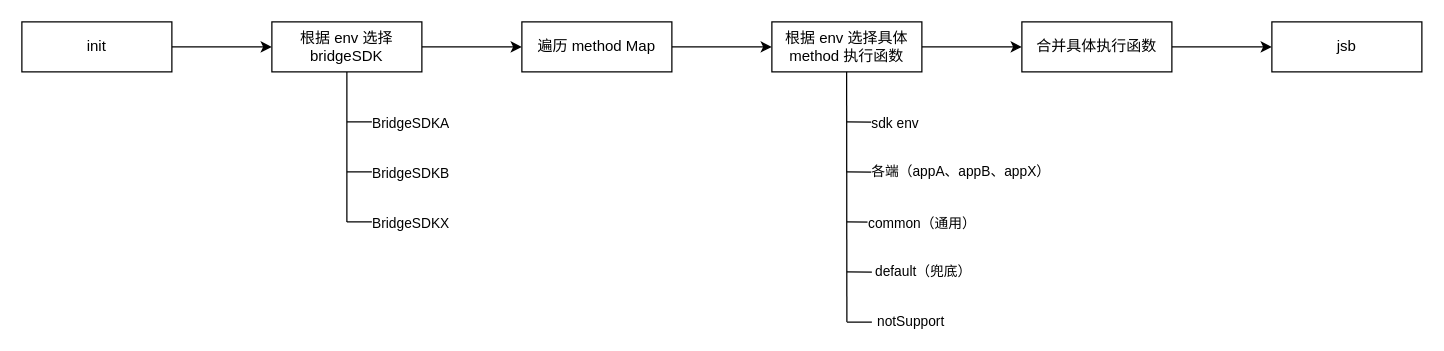
Before: JSBridge.drawio in W4yneChen/draw, a draw.io diagram. Source tidied: cells renumbered, new cells numbered last; positions are measured from the earlier drawing's top-left corner, leaving out a move shared by most shapes. Both pictures are drawn from the tidied source at 125%, with x=0, y=0 at pixel (21, 21).
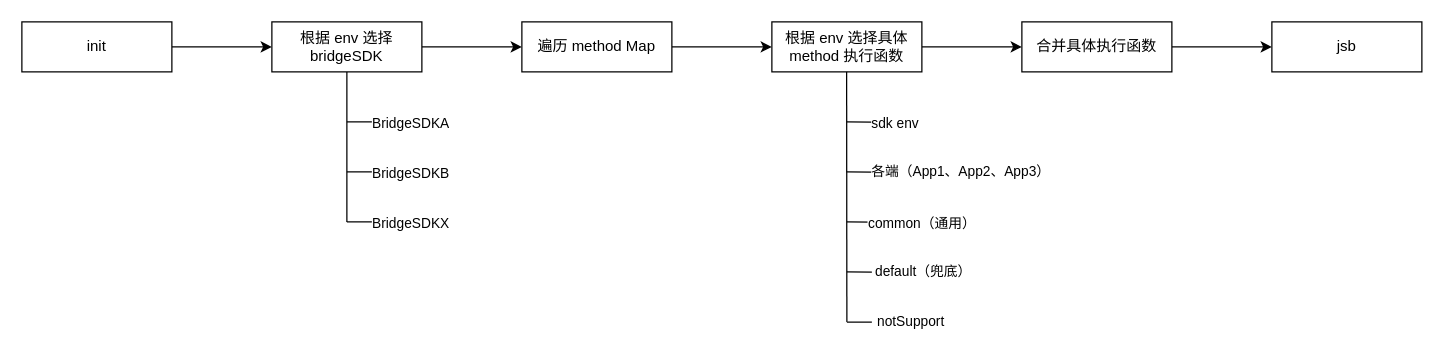
Above is the later version.

Unchanged cells that the change refers to:
```xml
<mxCell id="21" style="endArrow=none;html=1;rounded=0;" parent="1" edge="1">
  <mxGeometry relative="1" as="geometry">
    <mxPoint x="660" y="120" as="sourcePoint" />
    <mxPoint x="680" y="120.2" as="targetPoint" />
  </mxGeometry>
</mxCell>
```

The edit, as a diff of the source:
```diff
@@
-    <mxCell id="22" value="各端（appA、appB、appX）" style="edgeLabel;html=1;align=center;verticalAlign=middle;" parent="21" vertex="1">
+    <mxCell id="22" value="各端（App1、App2、App3）" style="edgeLabel;html=1;align=center;verticalAlign=middle;" parent="21" vertex="1">
       <mxGeometry x="0.21" y="1" relative="1" as="geometry">
         <mxPoint x="78" as="offset" />
       </mxGeometry>
     </mxCell>
```
